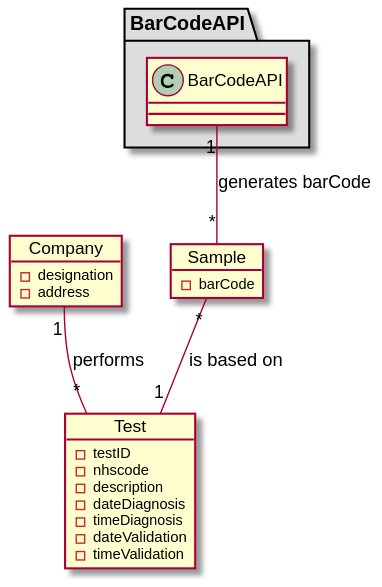
Before: docs/SprintC/US5/US5-MD.svg, a diagram exported from PlantUML (jsmarques98/LAPR2-ISEP).
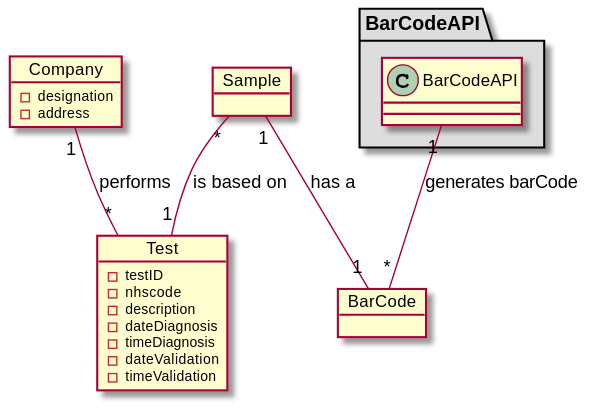
After the commit.

What changed in the source:
```diff
@@ -6,8 +6,15 @@
 }
 
 object Sample{
--barCode
+
 }
+
+object BarCode{
+
+}
+
+Sample "1" -- "1" BarCode : has a
+
 
 object Test{
 -testID
@@ -28,7 +35,7 @@
 Sample "*" -- "1" Test : is based on
 
 package "BarCodeAPI" #DDDDDD{
-	BarCodeAPI "1" -- "*" Sample : generates barCode
+	BarCodeAPI "1" -- "*" BarCode : generates barCode
 }
 
 
```
